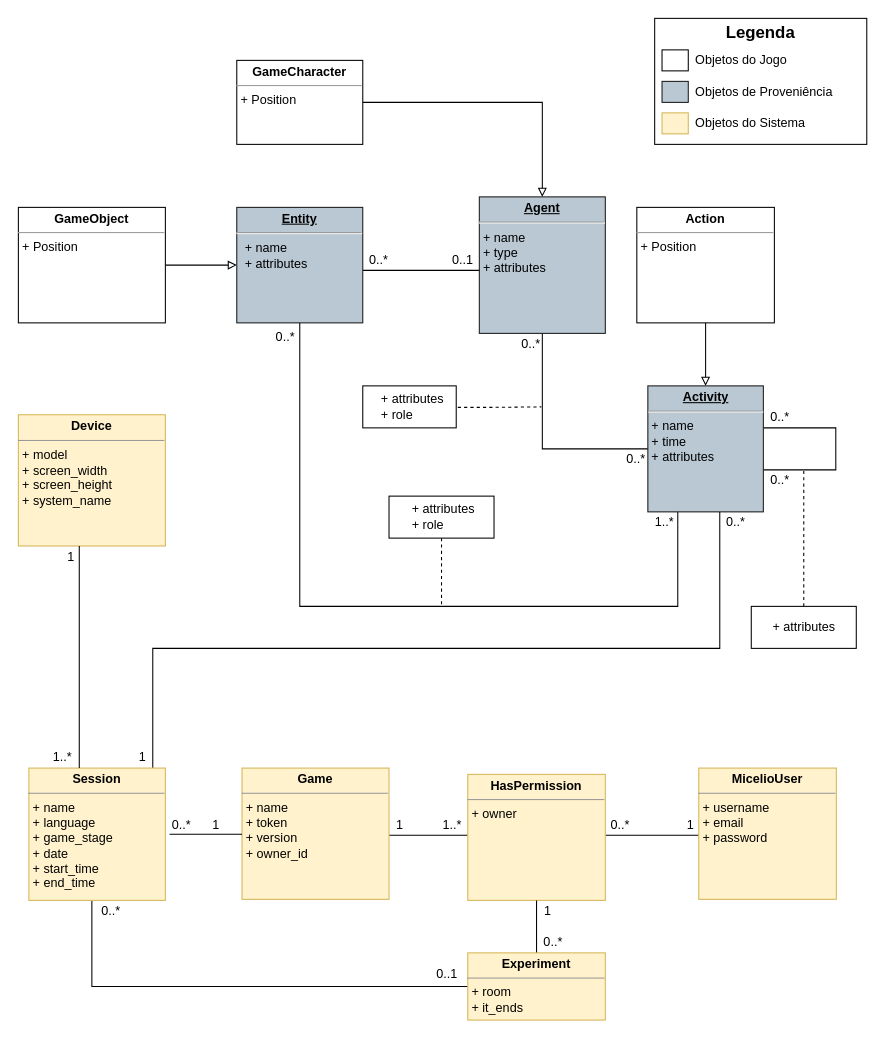
multisens/micelio keeps this draw.io diagram as page "WebAPI Class Model" (4 of 6) of Documentation/Diagramas/Modelo De Dados Proveniencia.drawio. Above is the earlier version. Source tidied: cells renumbered, new cells numbered last; positions are measured from the earlier drawing's top-left corner, leaving out a move shared by most shapes. Both pictures are drawn from the tidied source at 105%, with x=0, y=0 at pixel (18, 18).
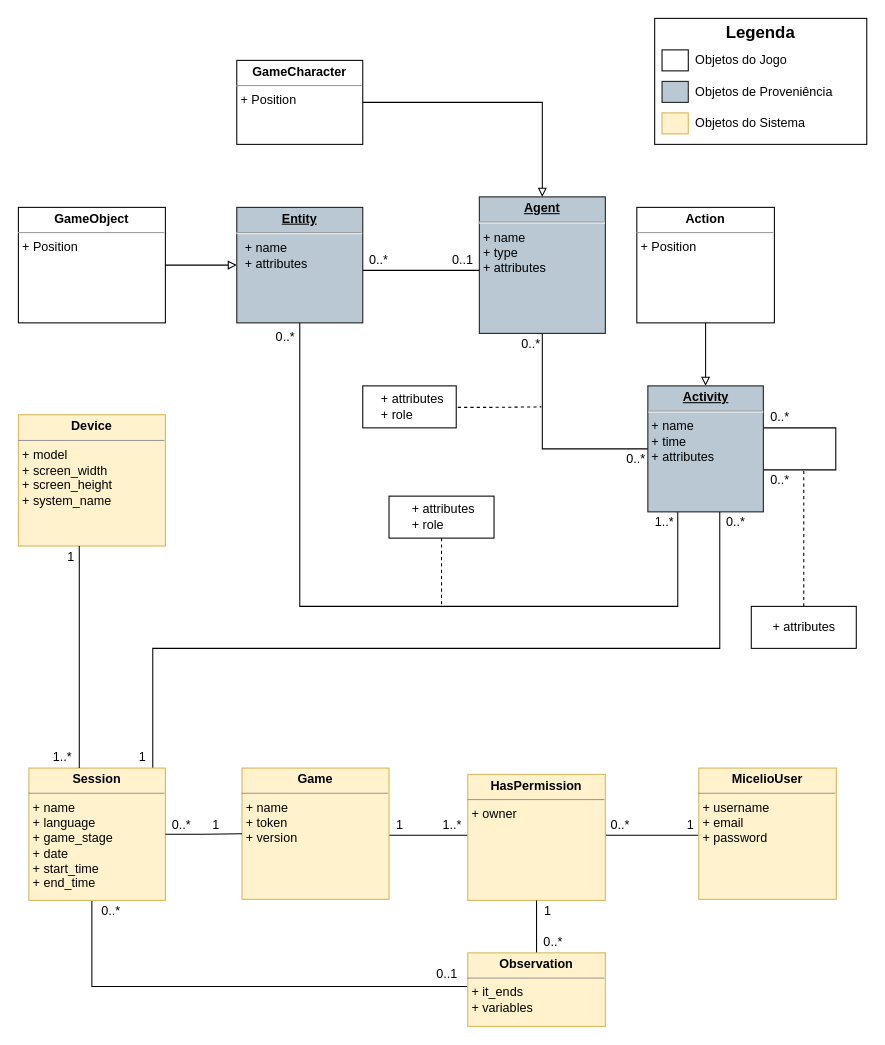
The same diagram, later.

The change refers to these unchanged cells:
```xml
<mxCell id="16" value="&lt;p style=&quot;margin: 0px ; margin-top: 4px ; text-align: center&quot;&gt;&lt;b&gt;Session&lt;/b&gt;&lt;/p&gt;&lt;hr size=&quot;1&quot;&gt;&lt;p style=&quot;margin: 0px ; margin-left: 4px&quot;&gt;&lt;span&gt;+ name&lt;/span&gt;&lt;br&gt;&lt;/p&gt;&lt;p style=&quot;margin: 0px ; margin-left: 4px&quot;&gt;+ language&lt;br&gt;&lt;/p&gt;&lt;p style=&quot;margin: 0px ; margin-left: 4px&quot;&gt;+ game_stage&lt;/p&gt;&lt;p style=&quot;margin: 0px ; margin-left: 4px&quot;&gt;+ date&lt;/p&gt;&lt;p style=&quot;margin: 0px ; margin-left: 4px&quot;&gt;&lt;span&gt;+ start_time&lt;/span&gt;&lt;/p&gt;&lt;p style=&quot;margin: 0px ; margin-left: 4px&quot;&gt;+ end_time&lt;/p&gt;&lt;p style=&quot;margin: 0px ; margin-left: 4px&quot;&gt;&lt;br&gt;&lt;/p&gt;" style="verticalAlign=top;align=left;overflow=fill;fontSize=12;fontFamily=Helvetica;html=1;strokeColor=#d6b656;fillColor=#fff2cc;" parent="1" vertex="1">
  <mxGeometry x="10" y="714" width="130" height="126" as="geometry" />
</mxCell>
```

Diff of the diagram source:
```diff
@@
-    <mxCell id="19" value="&lt;p style=&quot;margin: 0px ; margin-top: 4px ; text-align: center&quot;&gt;&lt;b&gt;Game&lt;/b&gt;&lt;/p&gt;&lt;hr size=&quot;1&quot;&gt;&lt;p style=&quot;margin: 0px ; margin-left: 4px&quot;&gt;&lt;span&gt;+ name&lt;/span&gt;&lt;br&gt;&lt;/p&gt;&lt;p style=&quot;margin: 0px ; margin-left: 4px&quot;&gt;+ token&lt;/p&gt;&lt;p style=&quot;margin: 0px ; margin-left: 4px&quot;&gt;&lt;span&gt;+ version&lt;/span&gt;&lt;/p&gt;&lt;p style=&quot;margin: 0px ; margin-left: 4px&quot;&gt;&lt;span&gt;+ owner_id&lt;/span&gt;&lt;/p&gt;" style="verticalAlign=top;align=left;overflow=fill;fontSize=12;fontFamily=Helvetica;html=1;strokeColor=#d6b656;fillColor=#fff2cc;" parent="1" vertex="1">
+    <mxCell id="19" value="&lt;p style=&quot;margin: 0px ; margin-top: 4px ; text-align: center&quot;&gt;&lt;b&gt;Game&lt;/b&gt;&lt;/p&gt;&lt;hr size=&quot;1&quot;&gt;&lt;p style=&quot;margin: 0px ; margin-left: 4px&quot;&gt;&lt;span&gt;+ name&lt;/span&gt;&lt;br&gt;&lt;/p&gt;&lt;p style=&quot;margin: 0px ; margin-left: 4px&quot;&gt;+ token&lt;/p&gt;&lt;p style=&quot;margin: 0px ; margin-left: 4px&quot;&gt;&lt;span&gt;+ version&lt;/span&gt;&lt;/p&gt;" style="verticalAlign=top;align=left;overflow=fill;fontSize=12;fontFamily=Helvetica;html=1;strokeColor=#d6b656;fillColor=#fff2cc;" parent="1" vertex="1">
       <mxGeometry x="213" y="714" width="140" height="125" as="geometry" />
     </mxCell>
@@
-    <mxCell id="54" value="&lt;p style=&quot;margin: 0px ; margin-top: 4px ; text-align: center&quot;&gt;&lt;b&gt;Experiment&lt;/b&gt;&lt;/p&gt;&lt;hr size=&quot;1&quot;&gt;&lt;p style=&quot;margin: 0px ; margin-left: 4px&quot;&gt;&lt;span style=&quot;text-align: center&quot;&gt;+ room&lt;/span&gt;&lt;br&gt;&lt;/p&gt;&lt;p style=&quot;margin: 0px ; margin-left: 4px&quot;&gt;&lt;span style=&quot;text-align: center&quot;&gt;+ it_ends&lt;/span&gt;&lt;/p&gt;&lt;p style=&quot;margin: 0px ; margin-left: 4px&quot;&gt;&lt;/p&gt;" style="verticalAlign=top;align=left;overflow=fill;fontSize=12;fontFamily=Helvetica;html=1;strokeColor=#d6b656;fillColor=#fff2cc;" parent="1" vertex="1">
-      <mxGeometry x="428" y="890" width="131" height="64" as="geometry" />
+    <mxCell id="54" value="&lt;p style=&quot;margin: 0px ; margin-top: 4px ; text-align: center&quot;&gt;&lt;b&gt;Observation&lt;/b&gt;&lt;/p&gt;&lt;hr size=&quot;1&quot;&gt;&lt;p style=&quot;margin: 0px ; margin-left: 4px&quot;&gt;&lt;span style=&quot;text-align: center&quot;&gt;+ it_ends&lt;/span&gt;&lt;br&gt;&lt;/p&gt;&lt;p style=&quot;margin: 0px ; margin-left: 4px&quot;&gt;&lt;span style=&quot;text-align: center&quot;&gt;+ variables&lt;/span&gt;&lt;/p&gt;&lt;p style=&quot;margin: 0px ; margin-left: 4px&quot;&gt;&lt;/p&gt;" style="verticalAlign=top;align=left;overflow=fill;fontSize=12;fontFamily=Helvetica;html=1;strokeColor=#d6b656;fillColor=#fff2cc;" parent="1" vertex="1">
+      <mxGeometry x="428" y="890" width="131" height="70" as="geometry" />
     </mxCell>
@@
-    <mxCell id="58" style="edgeStyle=orthogonalEdgeStyle;rounded=0;jettySize=auto;html=1;endArrow=none;endFill=0;" parent="1" edge="1" target="19">
-      <mxGeometry x="148" y="555" as="geometry">
-        <mxPoint x="144" y="777" as="sourcePoint" />
-        <Array as="points">
-          <mxPoint x="144" y="777" />
-        </Array>
-      </mxGeometry>
+    <mxCell id="58" style="edgeStyle=orthogonalEdgeStyle;rounded=0;jettySize=auto;html=1;endArrow=none;endFill=0;" parent="1" edge="1" source="16" target="19">
+      <mxGeometry x="148" y="555" as="geometry" />
     </mxCell>
```
